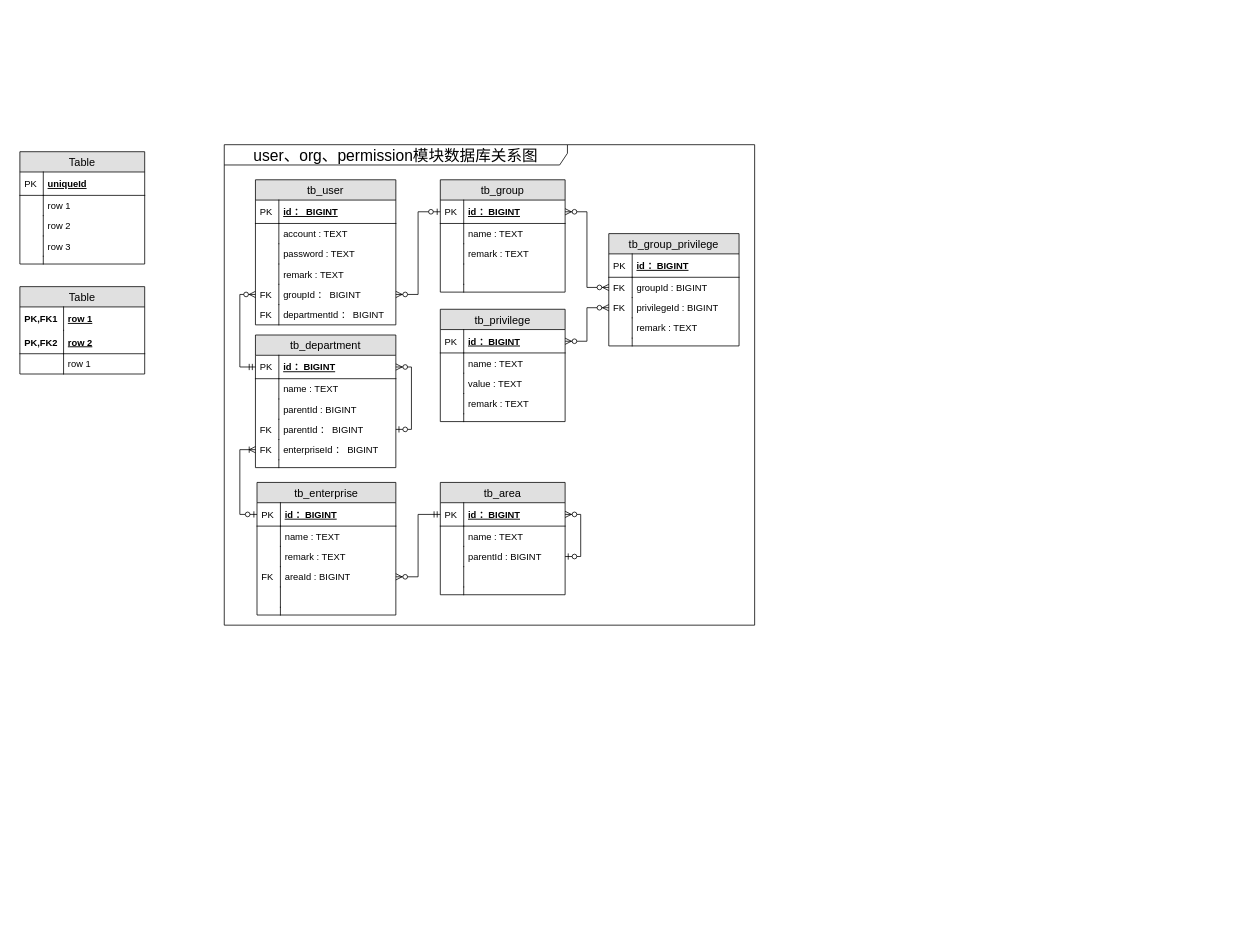
waterwatermelon/graph keeps this draw.io diagram as page "第 2 页" (2 of 2) of CDRS/DB-design.drawio. Above is the earlier version. Source tidied: cells renumbered, new cells numbered last; positions are measured from the earlier drawing's top-left corner, leaving out a move shared by most shapes. Both pictures are drawn from the tidied source at 78%, with x=0, y=0 at pixel (20, 144).
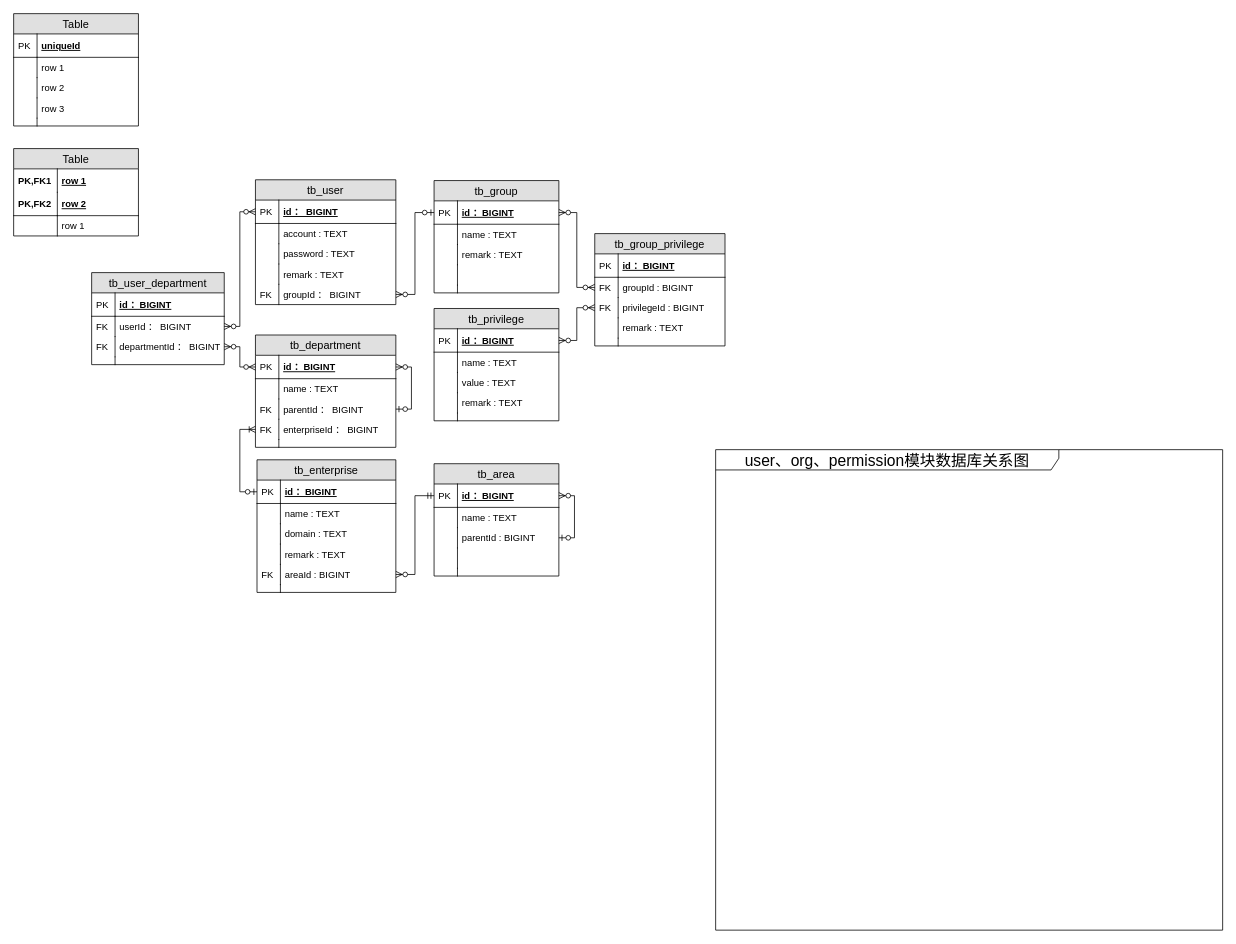
The same page after the edit.

The change refers to these unchanged cells:
```xml
<mxCell id="22" value="id ： BIGINT" style="shape=partialRectangle;top=0;left=0;right=0;bottom=1;align=left;verticalAlign=middle;fillColor=none;spacingLeft=34;spacingRight=4;overflow=hidden;points=[[0,0.5],[1,0.5]];portConstraint=eastwest;fontStyle=5;fontSize=12;" parent="21" vertex="1">
  <mxGeometry y="26" width="180" height="30" as="geometry" />
</mxCell>
<mxCell id="30" value="groupId ： BIGINT" style="shape=partialRectangle;top=0;left=0;right=0;bottom=0;align=left;verticalAlign=top;fillColor=none;spacingLeft=34;spacingRight=4;overflow=hidden;points=[[0,0.5],[1,0.5]];portConstraint=eastwest;fontSize=12;" parent="21" vertex="1">
  <mxGeometry y="134" width="180" height="26" as="geometry" />
</mxCell>
<mxCell id="57" value="id ：BIGINT" style="shape=partialRectangle;top=0;left=0;right=0;bottom=1;align=left;verticalAlign=middle;fillColor=none;spacingLeft=34;spacingRight=4;overflow=hidden;points=[[0,0.5],[1,0.5]];portConstraint=eastwest;fontStyle=5;fontSize=12;" parent="56" vertex="1">
  <mxGeometry y="26" width="180" height="30" as="geometry" />
</mxCell>
```

Diff of the diagram source:
```diff
@@
     <mxCell id="2" value="user、org、permission模块数据库关系图" style="shape=umlFrame;whiteSpace=wrap;html=1;fontSize=20;width=440;height=26;" parent="1" vertex="1">
-      <mxGeometry x="262" width="680" height="616" as="geometry" />
+      <mxGeometry x="892" y="391" width="650" height="616" as="geometry" />
     </mxCell>
     <mxCell id="3" value="Table" style="swimlane;fontStyle=0;horizontal=1;startSize=26;fillColor=#e0e0e0;swimlaneFillColor=#ffffff;align=center;fontSize=14;" parent="1" vertex="1">
-      <mxGeometry y="9" width="160" height="144" as="geometry" />
+      <mxGeometry x="-8" y="-168" width="160" height="144" as="geometry" />
     </mxCell>
@@
     <mxCell id="14" value="Table" style="swimlane;fontStyle=0;horizontal=1;startSize=26;fillColor=#e0e0e0;swimlaneFillColor=#ffffff;align=center;fontSize=14;" parent="1" vertex="1">
-      <mxGeometry y="182" width="160" height="112" as="geometry" />
+      <mxGeometry x="-8" y="5" width="160" height="112" as="geometry" />
     </mxCell>
@@
     <mxCell id="21" value="tb_user" style="swimlane;fontStyle=0;horizontal=1;startSize=26;fillColor=#e0e0e0;swimlaneFillColor=#ffffff;align=center;fontSize=14;" parent="1" vertex="1">
-      <mxGeometry x="302" y="45" width="180" height="186" as="geometry" />
+      <mxGeometry x="302" y="45" width="180" height="160" as="geometry" />
     </mxCell>
@@
-    <mxCell id="32" value="departmentId ： BIGINT" style="shape=partialRectangle;top=0;left=0;right=0;bottom=0;align=left;verticalAlign=top;fillColor=none;spacingLeft=34;spacingRight=4;overflow=hidden;points=[[0,0.5],[1,0.5]];portConstraint=eastwest;fontSize=12;" parent="21" vertex="1">
-      <mxGeometry y="160" width="180" height="26" as="geometry" />
-    </mxCell>
-    <mxCell id="33" value="FK" style="shape=partialRectangle;top=0;left=0;bottom=0;fillColor=none;align=left;verticalAlign=top;spacingLeft=4;spacingRight=4;overflow=hidden;fontSize=12;" parent="32" vertex="1">
-      <mxGeometry width="30" height="26" as="geometry" />
-    </mxCell>
     <mxCell id="34" value="tb_group" style="swimlane;fontStyle=0;horizontal=1;startSize=26;fillColor=#e0e0e0;swimlaneFillColor=#ffffff;align=center;fontSize=14;" parent="1" vertex="1">
-      <mxGeometry x="539" y="45" width="160" height="144" as="geometry" />
+      <mxGeometry x="531" y="46" width="160" height="144" as="geometry" />
     </mxCell>
@@
     <mxCell id="45" value="tb_privilege" style="swimlane;fontStyle=0;horizontal=1;startSize=26;fillColor=#e0e0e0;swimlaneFillColor=#ffffff;align=center;fontSize=14;" parent="1" vertex="1">
-      <mxGeometry x="539" y="211" width="160" height="144" as="geometry" />
+      <mxGeometry x="531" y="210" width="160" height="144" as="geometry" />
     </mxCell>
@@
     <mxCell id="56" value="tb_department" style="swimlane;fontStyle=0;horizontal=1;startSize=26;fillColor=#e0e0e0;swimlaneFillColor=#ffffff;align=center;fontSize=14;" parent="1" vertex="1">
-      <mxGeometry x="302" y="244" width="180" height="170" as="geometry" />
+      <mxGeometry x="302" y="244" width="180" height="144" as="geometry" />
     </mxCell>
@@
-    <mxCell id="61" value="parentId : BIGINT" style="shape=partialRectangle;top=0;left=0;right=0;bottom=0;align=left;verticalAlign=top;fillColor=none;spacingLeft=34;spacingRight=4;overflow=hidden;fontSize=12;" parent="56" vertex="1">
-      <mxGeometry y="82" width="180" height="26" as="geometry" />
-    </mxCell>
-    <mxCell id="62" style="shape=partialRectangle;top=0;left=0;bottom=0;fillColor=none;align=left;verticalAlign=top;spacingLeft=4;spacingRight=4;overflow=hidden;fontSize=12;" parent="61" vertex="1">
-      <mxGeometry width="30" height="26" as="geometry" />
-    </mxCell>
@@
     <mxCell id="64" value="parentId ： BIGINT" style="shape=partialRectangle;top=0;left=0;right=0;bottom=0;align=left;verticalAlign=top;fillColor=none;spacingLeft=34;spacingRight=4;overflow=hidden;points=[[0,0.5],[1,0.5]];portConstraint=eastwest;fontSize=12;" parent="56" vertex="1">
-      <mxGeometry y="108" width="180" height="26" as="geometry" />
+      <mxGeometry y="82" width="180" height="26" as="geometry" />
     </mxCell>
@@
     <mxCell id="66" value="enterpriseId ： BIGINT" style="shape=partialRectangle;top=0;left=0;right=0;bottom=0;align=left;verticalAlign=top;fillColor=none;spacingLeft=34;spacingRight=4;overflow=hidden;points=[[0,0.5],[1,0.5]];portConstraint=eastwest;fontSize=12;" parent="56" vertex="1">
-      <mxGeometry y="134" width="180" height="26" as="geometry" />
+      <mxGeometry y="108" width="180" height="26" as="geometry" />
     </mxCell>
@@
     <mxCell id="68" style="shape=partialRectangle;top=0;left=0;right=0;bottom=0;align=left;verticalAlign=top;fillColor=none;spacingLeft=34;spacingRight=4;overflow=hidden;fontSize=12;" parent="56" vertex="1">
-      <mxGeometry y="160" width="180" height="10" as="geometry" />
+      <mxGeometry y="134" width="180" height="10" as="geometry" />
     </mxCell>
@@
     <mxCell id="70" value="tb_area" style="swimlane;fontStyle=0;horizontal=1;startSize=26;fillColor=#e0e0e0;swimlaneFillColor=#ffffff;align=center;fontSize=14;" parent="1" vertex="1">
-      <mxGeometry x="539" y="433" width="160" height="144" as="geometry" />
+      <mxGeometry x="531" y="409" width="160" height="144" as="geometry" />
     </mxCell>
@@
     <mxCell id="82" value="tb_enterprise" style="swimlane;fontStyle=0;horizontal=1;startSize=26;fillColor=#e0e0e0;swimlaneFillColor=#ffffff;align=center;fontSize=14;" parent="1" vertex="1">
-      <mxGeometry x="304" y="433" width="178" height="170" as="geometry" />
+      <mxGeometry x="304" y="404" width="178" height="170" as="geometry" />
     </mxCell>
@@
-    <mxCell id="87" value="remark : TEXT" style="shape=partialRectangle;top=0;left=0;right=0;bottom=0;align=left;verticalAlign=top;fillColor=none;spacingLeft=34;spacingRight=4;overflow=hidden;fontSize=12;" parent="82" vertex="1">
+    <mxCell id="87" value="domain : TEXT" style="shape=partialRectangle;top=0;left=0;right=0;bottom=0;align=left;verticalAlign=top;fillColor=none;spacingLeft=34;spacingRight=4;overflow=hidden;fontSize=12;" parent="82" vertex="1">
       <mxGeometry y="82" width="178" height="26" as="geometry" />
     </mxCell>
@@
+    <mxCell id="112" value="remark : TEXT" style="shape=partialRectangle;top=0;left=0;right=0;bottom=0;align=left;verticalAlign=top;fillColor=none;spacingLeft=34;spacingRight=4;overflow=hidden;fontSize=12;" parent="82" vertex="1">
+      <mxGeometry y="108" width="178" height="26" as="geometry" />
+    </mxCell>
+    <mxCell id="62" style="shape=partialRectangle;top=0;left=0;bottom=0;fillColor=none;align=left;verticalAlign=top;spacingLeft=4;spacingRight=4;overflow=hidden;fontSize=12;" parent="112" vertex="1">
+      <mxGeometry width="30" height="26" as="geometry" />
+    </mxCell>
     <mxCell id="89" value="areaId : BIGINT" style="shape=partialRectangle;top=0;left=0;right=0;bottom=0;align=left;verticalAlign=top;fillColor=none;spacingLeft=34;spacingRight=4;overflow=hidden;points=[[0,0.5],[1,0.5]];portConstraint=eastwest;fontSize=12;" parent="82" vertex="1">
-      <mxGeometry y="108" width="178" height="26" as="geometry" />
+      <mxGeometry y="134" width="178" height="26" as="geometry" />
     </mxCell>
@@
     <mxCell id="91" style="shape=partialRectangle;top=0;left=0;right=0;bottom=0;align=left;verticalAlign=top;fillColor=none;spacingLeft=34;spacingRight=4;overflow=hidden;fontSize=12;" parent="82" vertex="1">
-      <mxGeometry y="134" width="178" height="26" as="geometry" />
+      <mxGeometry y="160" width="178" as="geometry" />
     </mxCell>
     <mxCell id="92" style="shape=partialRectangle;top=0;left=0;bottom=0;fillColor=none;align=left;verticalAlign=top;spacingLeft=4;spacingRight=4;overflow=hidden;fontSize=12;" parent="91" vertex="1">
-      <mxGeometry width="30" height="26" as="geometry" />
+      <mxGeometry width="30" as="geometry" />
     </mxCell>
@@
     <mxCell id="95" value="tb_group_privilege" style="swimlane;fontStyle=0;horizontal=1;startSize=26;fillColor=#e0e0e0;swimlaneFillColor=#ffffff;align=center;fontSize=14;" parent="1" vertex="1">
-      <mxGeometry x="755" y="114" width="167" height="144" as="geometry" />
+      <mxGeometry x="737" y="114" width="167" height="144" as="geometry" />
     </mxCell>
@@
-    <mxCell id="109" style="edgeStyle=orthogonalEdgeStyle;rounded=0;jettySize=auto;html=1;exitX=0;exitY=0.5;exitDx=0;exitDy=0;entryX=0;entryY=0.5;entryDx=0;entryDy=0;startArrow=ERzeroToMany;startFill=1;endArrow=ERmandOne;endFill=0;fontSize=20;" parent="1" edge="1" source="30" target="57">
-      <mxGeometry relative="1" as="geometry" />
-    </mxCell>
@@
+    <mxCell id="113" value="tb_user_department" style="swimlane;fontStyle=0;horizontal=1;startSize=26;fillColor=#e0e0e0;swimlaneFillColor=#ffffff;align=center;fontSize=14;" parent="1" vertex="1">
+      <mxGeometry x="92" y="164" width="170" height="118" as="geometry" />
+    </mxCell>
+    <mxCell id="114" value="id ：BIGINT" style="shape=partialRectangle;top=0;left=0;right=0;bottom=1;align=left;verticalAlign=middle;fillColor=none;spacingLeft=34;spacingRight=4;overflow=hidden;fontStyle=5;fontSize=12;" parent="113" vertex="1">
+      <mxGeometry y="26" width="170" height="30" as="geometry" />
+    </mxCell>
+    <mxCell id="115" value="PK" style="shape=partialRectangle;top=0;left=0;bottom=0;fillColor=none;align=left;verticalAlign=middle;spacingLeft=4;spacingRight=4;overflow=hidden;fontSize=12;" parent="114" vertex="1">
+      <mxGeometry width="30" height="30" as="geometry" />
+    </mxCell>
+    <mxCell id="116" value="userId ： BIGINT" style="shape=partialRectangle;top=0;left=0;right=0;bottom=0;align=left;verticalAlign=top;fillColor=none;spacingLeft=34;spacingRight=4;overflow=hidden;points=[[0,0.5],[1,0.5]];portConstraint=eastwest;fontSize=12;" parent="113" vertex="1">
+      <mxGeometry y="56" width="170" height="26" as="geometry" />
+    </mxCell>
+    <mxCell id="117" value="FK" style="shape=partialRectangle;top=0;left=0;bottom=0;fillColor=none;align=left;verticalAlign=top;spacingLeft=4;spacingRight=4;overflow=hidden;fontSize=12;" parent="116" vertex="1">
+      <mxGeometry width="30" height="26" as="geometry" />
+    </mxCell>
+    <mxCell id="32" value="departmentId ： BIGINT" style="shape=partialRectangle;top=0;left=0;right=0;bottom=0;align=left;verticalAlign=top;fillColor=none;spacingLeft=34;spacingRight=4;overflow=hidden;points=[[0,0.5],[1,0.5]];portConstraint=eastwest;fontSize=12;" parent="113" vertex="1">
+      <mxGeometry y="82" width="170" height="26" as="geometry" />
+    </mxCell>
+    <mxCell id="118" value="FK" style="shape=partialRectangle;top=0;left=0;bottom=0;fillColor=none;align=left;verticalAlign=top;spacingLeft=4;spacingRight=4;overflow=hidden;fontSize=12;" parent="32" vertex="1">
+      <mxGeometry width="30" height="26" as="geometry" />
+    </mxCell>
+    <mxCell id="119" style="shape=partialRectangle;top=0;left=0;right=0;bottom=0;align=left;verticalAlign=top;fillColor=none;spacingLeft=34;spacingRight=4;overflow=hidden;fontSize=12;" parent="113" vertex="1">
+      <mxGeometry y="108" width="170" height="10" as="geometry" />
+    </mxCell>
+    <mxCell id="120" style="shape=partialRectangle;top=0;left=0;bottom=0;fillColor=none;align=left;verticalAlign=top;spacingLeft=4;spacingRight=4;overflow=hidden;fontSize=12;" parent="119" vertex="1">
+      <mxGeometry width="30" height="10" as="geometry" />
+    </mxCell>
+    <mxCell id="121" style="edgeStyle=orthogonalEdgeStyle;rounded=0;jettySize=auto;html=1;exitX=0;exitY=0.5;exitDx=0;exitDy=0;entryX=1;entryY=0.5;entryDx=0;entryDy=0;startArrow=ERzeroToMany;startFill=1;endArrow=ERzeroToMany;endFill=1;fontSize=20;" parent="1" edge="1" source="22" target="116">
+      <mxGeometry relative="1" as="geometry" />
+    </mxCell>
+    <mxCell id="122" style="edgeStyle=orthogonalEdgeStyle;rounded=0;jettySize=auto;html=1;exitX=1;exitY=0.5;exitDx=0;exitDy=0;entryX=0;entryY=0.5;entryDx=0;entryDy=0;startArrow=ERzeroToMany;startFill=1;endArrow=ERzeroToMany;endFill=1;fontSize=20;" parent="1" edge="1" source="32" target="57">
+      <mxGeometry relative="1" as="geometry" />
+    </mxCell>
```
